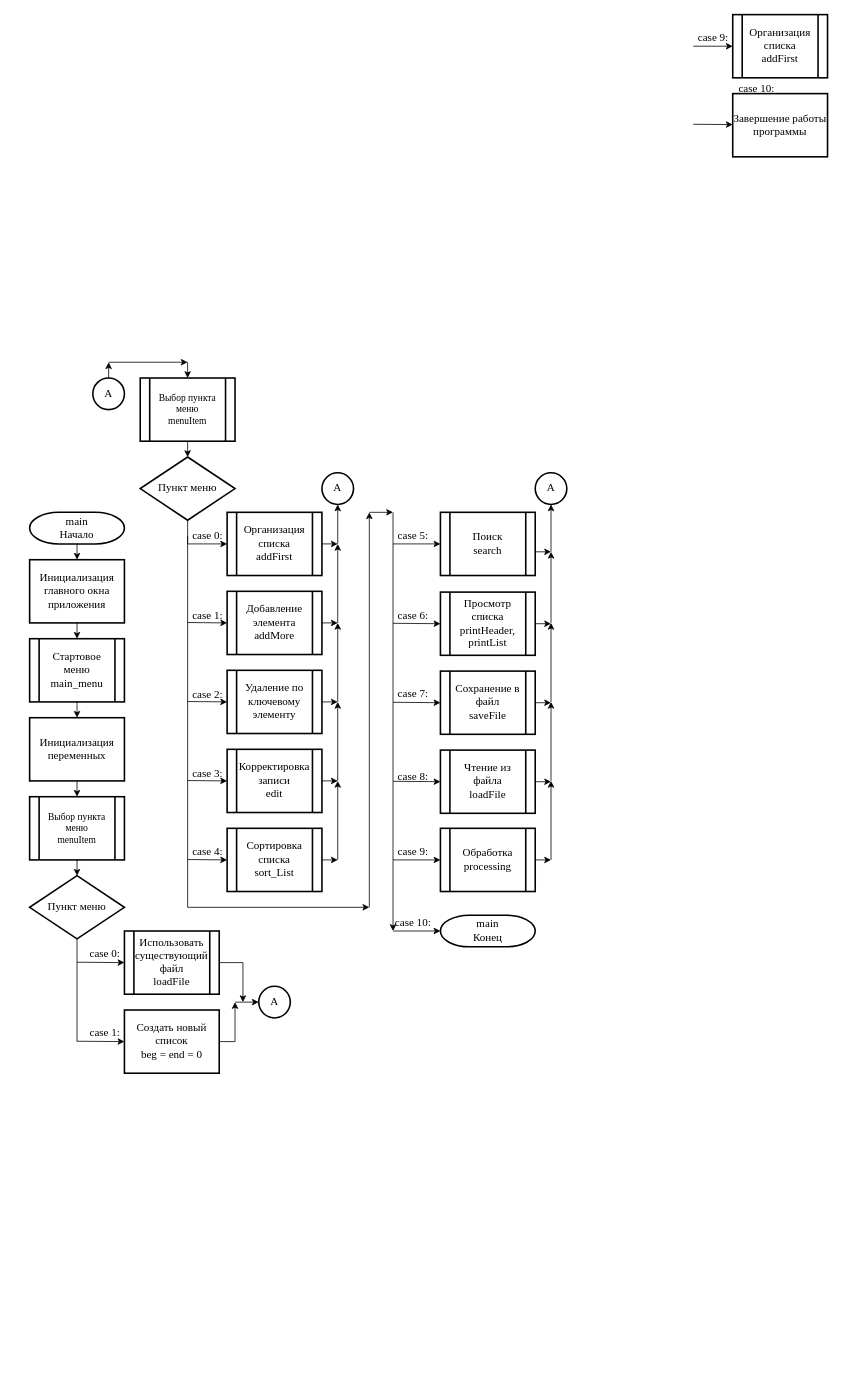
Before: page "main" (1 of 12) of Структурные схемы для КП.drawio in noidoRG/my-draw.io, a draw.io diagram. Source tidied: cells renumbered, new cells numbered last; positions are measured from the earlier drawing's top-left corner, leaving out a move shared by most shapes. Both pictures are drawn from the tidied source at 79%, with x=0, y=0 at pixel (29, 14).
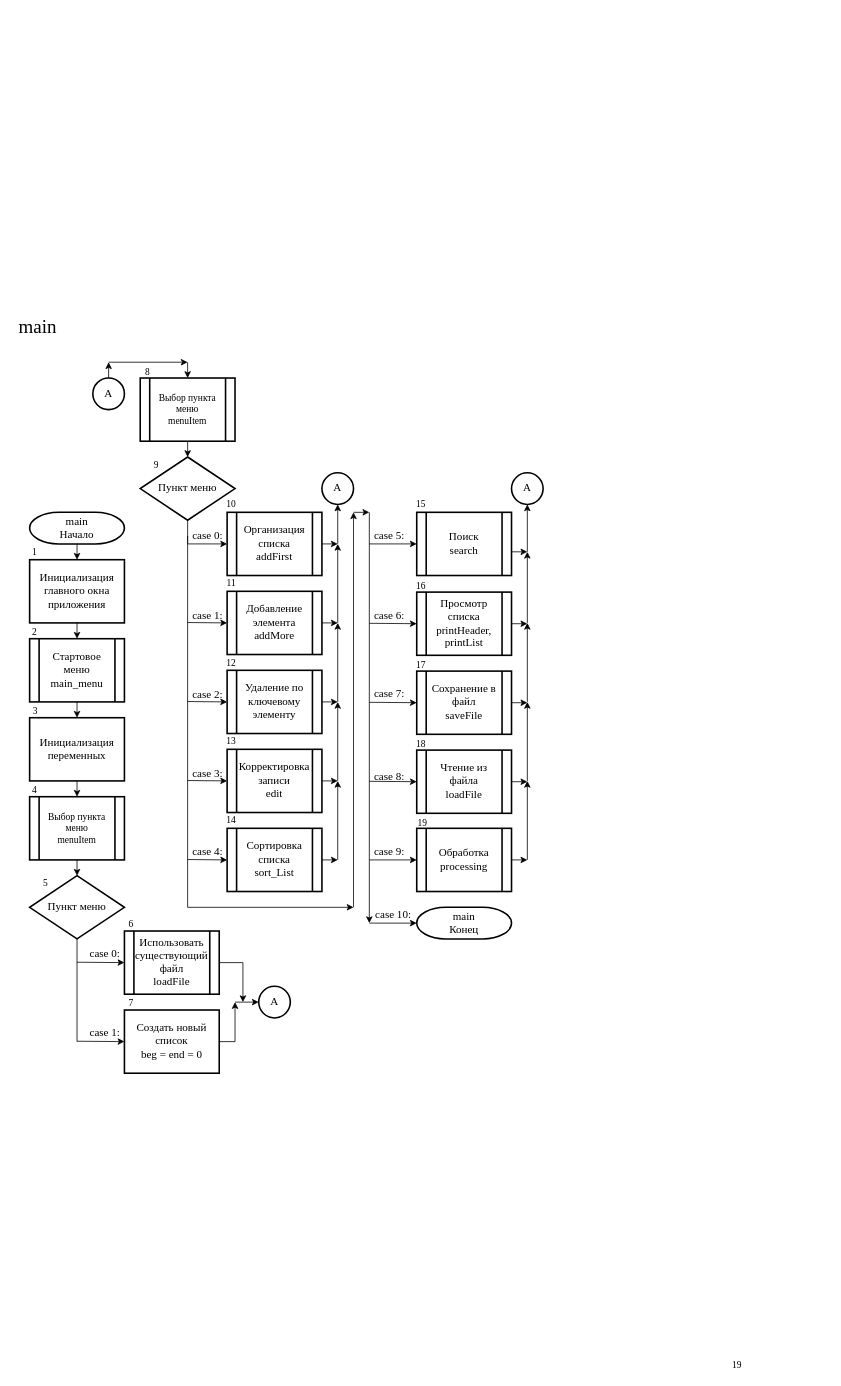
Above is the later version.

What changed in the source:
```diff
@@
     <mxCell id="43" style="endArrow=classic;html=1;rounded=0;fontFamily=Times New Roman;fontSize=14;" parent="1" edge="1">
       <mxGeometry relative="1" as="geometry">
         <mxPoint x="200" y="1130" as="sourcePoint" />
-        <mxPoint x="430" y="1130" as="targetPoint" />
+        <mxPoint x="410" y="1130" as="targetPoint" />
       </mxGeometry>
     </mxCell>
     <mxCell id="44" style="endArrow=classic;html=1;rounded=0;fontFamily=Times New Roman;fontSize=14;" parent="1" edge="1">
       <mxGeometry relative="1" as="geometry">
-        <mxPoint x="430" y="1130" as="sourcePoint" />
-        <mxPoint x="430" y="630" as="targetPoint" />
+        <mxPoint x="410" y="1130" as="sourcePoint" />
+        <mxPoint x="410" y="630" as="targetPoint" />
       </mxGeometry>
     </mxCell>
     <mxCell id="45" style="endArrow=classic;html=1;entryX=0;entryY=0.5;entryDx=0;entryDy=0;rounded=0;fontFamily=Times New Roman;fontSize=14;" parent="1" edge="1" target="46">
       <mxGeometry relative="1" as="geometry">
-        <mxPoint x="460" y="770.5" as="sourcePoint" />
+        <mxPoint x="430" y="770.5" as="sourcePoint" />
       </mxGeometry>
     </mxCell>
     <mxCell id="46" value="Просмотр списка&lt;br&gt;printHeader, printList" style="shape=process;whiteSpace=wrap;html=1;backgroundOutline=1;strokeWidth=2;fontFamily=Times New Roman;fontSize=14;" parent="1" vertex="1">
-      <mxGeometry x="520" y="731" width="120" height="80" as="geometry" />
+      <mxGeometry x="490" y="731" width="120" height="80" as="geometry" />
     </mxCell>
     <mxCell id="47" style="endArrow=classic;html=1;entryX=0;entryY=0.5;entryDx=0;entryDy=0;rounded=0;fontFamily=Times New Roman;fontSize=14;" parent="1" edge="1" target="48">
       <mxGeometry relative="1" as="geometry">
-        <mxPoint x="460" y="870.5" as="sourcePoint" />
+        <mxPoint x="430" y="870.5" as="sourcePoint" />
       </mxGeometry>
     </mxCell>
     <mxCell id="48" value="Cохранение в файл&lt;br&gt;saveFile" style="shape=process;whiteSpace=wrap;html=1;backgroundOutline=1;strokeWidth=2;fontFamily=Times New Roman;fontSize=14;" parent="1" vertex="1">
-      <mxGeometry x="520" y="831" width="120" height="80" as="geometry" />
+      <mxGeometry x="490" y="831" width="120" height="80" as="geometry" />
     </mxCell>
     <mxCell id="49" style="endArrow=classic;html=1;entryX=0;entryY=0.5;entryDx=0;entryDy=0;rounded=0;fontFamily=Times New Roman;fontSize=14;" parent="1" edge="1" target="50">
       <mxGeometry relative="1" as="geometry">
-        <mxPoint x="460" y="970.5" as="sourcePoint" />
+        <mxPoint x="430" y="970.5" as="sourcePoint" />
       </mxGeometry>
     </mxCell>
     <mxCell id="50" value="Чтение из файла&lt;br&gt;loadFile" style="shape=process;whiteSpace=wrap;html=1;backgroundOutline=1;strokeWidth=2;fontFamily=Times New Roman;fontSize=14;" parent="1" vertex="1">
-      <mxGeometry x="520" y="931" width="120" height="80" as="geometry" />
+      <mxGeometry x="490" y="931" width="120" height="80" as="geometry" />
     </mxCell>
     <mxCell id="51" value="case 6:" style="text;html=1;align=center;verticalAlign=middle;strokeColor=none;fillColor=none;fontSize=14;fontFamily=Times New Roman;" parent="1" vertex="1">
-      <mxGeometry x="460" y="751" width="50" height="20" as="geometry" />
+      <mxGeometry x="430" y="751" width="50" height="20" as="geometry" />
     </mxCell>
     <mxCell id="52" value="case 8:" style="text;html=1;align=center;verticalAlign=middle;strokeColor=none;fillColor=none;fontSize=14;fontFamily=Times New Roman;" parent="1" vertex="1">
-      <mxGeometry x="460" y="955" width="50" height="20" as="geometry" />
+      <mxGeometry x="430" y="955" width="50" height="20" as="geometry" />
     </mxCell>
     <mxCell id="53" value="case 7:" style="text;html=1;align=center;verticalAlign=middle;strokeColor=none;fillColor=none;fontSize=14;fontFamily=Times New Roman;" parent="1" vertex="1">
-      <mxGeometry x="460" y="850" width="50" height="20" as="geometry" />
+      <mxGeometry x="430" y="850" width="50" height="20" as="geometry" />
     </mxCell>
-    <mxCell id="54" style="endArrow=classic;html=1;rounded=0;fontFamily=Times New Roman;fontSize=14;" parent="1" edge="1">
-      <mxGeometry relative="1" as="geometry">
-        <mxPoint x="840" y="40" as="sourcePoint" />
-        <mxPoint x="890" y="40" as="targetPoint" />
-      </mxGeometry>
-    </mxCell>
-    <mxCell id="55" value="Организация списка&lt;br&gt;addFirst" style="shape=process;whiteSpace=wrap;html=1;backgroundOutline=1;strokeWidth=2;fontFamily=Times New Roman;fontSize=14;" parent="1" vertex="1">
-      <mxGeometry x="890" width="120" height="80" as="geometry" />
-    </mxCell>
-    <mxCell id="56" style="endArrow=classic;html=1;rounded=0;fontFamily=Times New Roman;fontSize=14;" parent="1" edge="1">
-      <mxGeometry relative="1" as="geometry">
-        <mxPoint x="840" y="138.8" as="sourcePoint" />
-        <mxPoint x="890" y="139.2" as="targetPoint" />
-      </mxGeometry>
-    </mxCell>
-    <mxCell id="57" value="Завершение работы программы" style="rounded=0;whiteSpace=wrap;html=1;strokeWidth=2;fontFamily=Times New Roman;fontSize=14;" parent="1" vertex="1">
-      <mxGeometry x="890" y="100" width="120" height="80" as="geometry" />
-    </mxCell>
-    <mxCell id="58" value="case 9:" style="text;html=1;align=center;verticalAlign=middle;strokeColor=none;fillColor=none;fontSize=14;fontFamily=Times New Roman;" parent="1" vertex="1">
-      <mxGeometry x="840" y="20" width="50" height="20" as="geometry" />
-    </mxCell>
-    <mxCell id="59" value="case 10:" style="text;html=1;align=center;verticalAlign=middle;strokeColor=none;fillColor=none;fontSize=14;fontFamily=Times New Roman;" parent="1" vertex="1">
-      <mxGeometry x="890" y="85" width="60" height="20" as="geometry" />
-    </mxCell>
     <mxCell id="60" style="endArrow=classic;html=1;entryX=0;entryY=0.5;entryDx=0;entryDy=0;rounded=0;fontFamily=Times New Roman;fontSize=14;" parent="1" edge="1" target="61">
       <mxGeometry relative="1" as="geometry">
-        <mxPoint x="460" y="670" as="sourcePoint" />
+        <mxPoint x="430" y="670" as="sourcePoint" />
       </mxGeometry>
     </mxCell>
     <mxCell id="61" value="Поиск&lt;br&gt;search" style="shape=process;whiteSpace=wrap;html=1;backgroundOutline=1;strokeWidth=2;fontFamily=Times New Roman;fontSize=14;" parent="1" vertex="1">
-      <mxGeometry x="520" y="630" width="120" height="80" as="geometry" />
+      <mxGeometry x="490" y="630" width="120" height="80" as="geometry" />
     </mxCell>
     <mxCell id="62" value="case 5:" style="text;html=1;align=center;verticalAlign=middle;strokeColor=none;fillColor=none;fontSize=14;fontFamily=Times New Roman;" parent="1" vertex="1">
-      <mxGeometry x="460" y="650" width="50" height="20" as="geometry" />
+      <mxGeometry x="430" y="650" width="50" height="20" as="geometry" />
     </mxCell>
     <mxCell id="63" style="endArrow=classic;html=1;rounded=0;fontFamily=Times New Roman;fontSize=14;entryX=0;entryY=0.5;entryDx=0;entryDy=0;" parent="1" edge="1" target="66">
       <mxGeometry relative="1" as="geometry">
-        <mxPoint x="460" y="1070" as="sourcePoint" />
+        <mxPoint x="430" y="1070" as="sourcePoint" />
       </mxGeometry>
     </mxCell>
     <mxCell id="64" style="endArrow=classic;html=1;rounded=0;fontFamily=Times New Roman;fontSize=14;" parent="1" edge="1">
       <mxGeometry relative="1" as="geometry">
-        <mxPoint x="430" y="630" as="sourcePoint" />
-        <mxPoint x="460" y="630" as="targetPoint" />
+        <mxPoint x="410" y="630" as="sourcePoint" />
+        <mxPoint x="430" y="630" as="targetPoint" />
       </mxGeometry>
     </mxCell>
     <mxCell id="65" style="endArrow=classic;html=1;rounded=0;fontFamily=Times New Roman;fontSize=14;" parent="1" edge="1">
       <mxGeometry relative="1" as="geometry">
-        <mxPoint x="460" y="630" as="sourcePoint" />
-        <mxPoint x="460" y="1160" as="targetPoint" />
+        <mxPoint x="430" y="630" as="sourcePoint" />
+        <mxPoint x="430" y="1150" as="targetPoint" />
       </mxGeometry>
     </mxCell>
     <mxCell id="66" value="Обработка&lt;br&gt;processing" style="shape=process;whiteSpace=wrap;html=1;backgroundOutline=1;strokeWidth=2;fontFamily=Times New Roman;fontSize=14;" parent="1" vertex="1">
-      <mxGeometry x="520" y="1030" width="120" height="80" as="geometry" />
+      <mxGeometry x="490" y="1030" width="120" height="80" as="geometry" />
     </mxCell>
     <mxCell id="67" style="endArrow=classic;html=1;rounded=0;fontFamily=Times New Roman;fontSize=14;entryX=0;entryY=0.5;entryDx=0;entryDy=0;" parent="1" edge="1">
       <mxGeometry relative="1" as="geometry">
-        <mxPoint x="460" y="1160" as="sourcePoint" />
-        <mxPoint x="520" y="1160" as="targetPoint" />
+        <mxPoint x="430" y="1150" as="sourcePoint" />
+        <mxPoint x="490" y="1150" as="targetPoint" />
       </mxGeometry>
     </mxCell>
     <mxCell id="68" value="case 9:" style="text;html=1;align=center;verticalAlign=middle;strokeColor=none;fillColor=none;fontSize=14;fontFamily=Times New Roman;" parent="1" vertex="1">
-      <mxGeometry x="460" y="1050" width="50" height="20" as="geometry" />
+      <mxGeometry x="430" y="1050" width="50" height="20" as="geometry" />
     </mxCell>
     <mxCell id="69" value="case 10:" style="text;html=1;align=center;verticalAlign=middle;strokeColor=none;fillColor=none;fontSize=14;fontFamily=Times New Roman;" parent="1" vertex="1">
-      <mxGeometry x="455" y="1140" width="60" height="20" as="geometry" />
+      <mxGeometry x="430" y="1130" width="60" height="20" as="geometry" />
     </mxCell>
@@
     <mxCell id="85" value="main&lt;br&gt;Конец" style="strokeWidth=2;html=1;shape=mxgraph.flowchart.terminator;whiteSpace=wrap;fontFamily=Times New Roman;fontSize=14;" parent="1" vertex="1">
-      <mxGeometry x="520" y="1140" width="120" height="40" as="geometry" />
+      <mxGeometry x="490" y="1130" width="120" height="40" as="geometry" />
     </mxCell>
     <mxCell id="86" style="endArrow=classic;html=1;rounded=0;fontFamily=Times New Roman;fontSize=14;" parent="1" edge="1" source="66">
       <mxGeometry relative="1" as="geometry">
-        <mxPoint x="660" y="1070" as="targetPoint" />
+        <mxPoint x="630" y="1070" as="targetPoint" />
       </mxGeometry>
     </mxCell>
     <mxCell id="87" style="endArrow=classic;html=1;rounded=0;fontFamily=Times New Roman;fontSize=14;" parent="1" edge="1" source="50">
       <mxGeometry relative="1" as="geometry">
-        <mxPoint x="660" y="971" as="targetPoint" />
+        <mxPoint x="630" y="971" as="targetPoint" />
       </mxGeometry>
     </mxCell>
     <mxCell id="88" style="endArrow=classic;html=1;rounded=0;fontFamily=Times New Roman;fontSize=14;" parent="1" edge="1" source="48">
       <mxGeometry relative="1" as="geometry">
-        <mxPoint x="660" y="871" as="targetPoint" />
+        <mxPoint x="630" y="871" as="targetPoint" />
       </mxGeometry>
     </mxCell>
     <mxCell id="89" style="endArrow=classic;html=1;rounded=0;fontFamily=Times New Roman;fontSize=14;" parent="1" edge="1">
       <mxGeometry relative="1" as="geometry">
-        <mxPoint x="640" y="771" as="sourcePoint" />
-        <mxPoint x="660" y="771" as="targetPoint" />
+        <mxPoint x="610" y="771" as="sourcePoint" />
+        <mxPoint x="630" y="771" as="targetPoint" />
       </mxGeometry>
     </mxCell>
     <mxCell id="90" style="endArrow=classic;html=1;rounded=0;fontFamily=Times New Roman;fontSize=14;" parent="1" edge="1">
       <mxGeometry relative="1" as="geometry">
-        <mxPoint x="640" y="680" as="sourcePoint" />
-        <mxPoint x="660" y="680" as="targetPoint" />
+        <mxPoint x="610" y="680" as="sourcePoint" />
+        <mxPoint x="630" y="680" as="targetPoint" />
       </mxGeometry>
     </mxCell>
     <mxCell id="91" style="endArrow=classic;html=1;rounded=0;fontFamily=Times New Roman;fontSize=14;" parent="1" edge="1">
       <mxGeometry relative="1" as="geometry">
-        <mxPoint x="660" y="1070" as="sourcePoint" />
-        <mxPoint x="660" y="970" as="targetPoint" />
+        <mxPoint x="630" y="1070" as="sourcePoint" />
+        <mxPoint x="630" y="970" as="targetPoint" />
       </mxGeometry>
     </mxCell>
     <mxCell id="92" style="endArrow=classic;html=1;rounded=0;fontFamily=Times New Roman;fontSize=14;" parent="1" edge="1">
       <mxGeometry relative="1" as="geometry">
-        <mxPoint x="660" y="970" as="sourcePoint" />
-        <mxPoint x="660" y="870" as="targetPoint" />
+        <mxPoint x="630" y="970" as="sourcePoint" />
+        <mxPoint x="630" y="870" as="targetPoint" />
       </mxGeometry>
     </mxCell>
     <mxCell id="93" style="endArrow=classic;html=1;rounded=0;fontFamily=Times New Roman;fontSize=14;" parent="1" edge="1">
       <mxGeometry relative="1" as="geometry">
-        <mxPoint x="660" y="870" as="sourcePoint" />
-        <mxPoint x="660" y="770" as="targetPoint" />
+        <mxPoint x="630" y="870" as="sourcePoint" />
+        <mxPoint x="630" y="770" as="targetPoint" />
       </mxGeometry>
     </mxCell>
     <mxCell id="94" style="endArrow=classic;html=1;rounded=0;fontFamily=Times New Roman;fontSize=14;" parent="1" edge="1">
       <mxGeometry relative="1" as="geometry">
-        <mxPoint x="660" y="770" as="sourcePoint" />
-        <mxPoint x="660" y="680" as="targetPoint" />
+        <mxPoint x="630" y="770" as="sourcePoint" />
+        <mxPoint x="630" y="680" as="targetPoint" />
       </mxGeometry>
     </mxCell>
     <mxCell id="95" style="endArrow=classic;html=1;rounded=0;fontFamily=Times New Roman;fontSize=14;" parent="1" edge="1">
       <mxGeometry relative="1" as="geometry">
-        <mxPoint x="660" y="680" as="sourcePoint" />
-        <mxPoint x="660" y="620" as="targetPoint" />
+        <mxPoint x="630" y="680" as="sourcePoint" />
+        <mxPoint x="630" y="620" as="targetPoint" />
       </mxGeometry>
     </mxCell>
     <mxCell id="96" value="А" style="ellipse;whiteSpace=wrap;html=1;strokeWidth=2;fontFamily=Times New Roman;fontSize=14;" parent="1" vertex="1">
-      <mxGeometry x="640" y="580" width="40" height="40" as="geometry" />
+      <mxGeometry x="610" y="580" width="40" height="40" as="geometry" />
     </mxCell>
@@
+    <mxCell id="100" value="&lt;font style=&quot;font-size: 24px&quot;&gt;main&lt;/font&gt;" style="text;html=1;align=center;verticalAlign=middle;strokeColor=none;fillColor=none;fontSize=14;fontFamily=Times New Roman;" parent="1" vertex="1">
+      <mxGeometry x="-20" y="380" width="60" height="30" as="geometry" />
+    </mxCell>
+    <mxCell id="101" value="1" style="text;html=1;align=center;verticalAlign=middle;strokeColor=none;fillColor=none;fontSize=12;fontFamily=Times New Roman;" parent="1" vertex="1">
+      <mxGeometry x="-4" y="671" width="20" height="20" as="geometry" />
+    </mxCell>
+    <mxCell id="102" value="2" style="text;html=1;align=center;verticalAlign=middle;strokeColor=none;fillColor=none;fontSize=12;fontFamily=Times New Roman;" parent="1" vertex="1">
+      <mxGeometry x="-4" y="772" width="20" height="20" as="geometry" />
+    </mxCell>
+    <mxCell id="103" value="3" style="text;html=1;align=center;verticalAlign=middle;strokeColor=none;fillColor=none;fontSize=12;fontFamily=Times New Roman;" parent="1" vertex="1">
+      <mxGeometry x="-3" y="872" width="20" height="20" as="geometry" />
+    </mxCell>
+    <mxCell id="104" value="4" style="text;html=1;align=center;verticalAlign=middle;strokeColor=none;fillColor=none;fontSize=12;fontFamily=Times New Roman;" parent="1" vertex="1">
+      <mxGeometry x="-4" y="972" width="20" height="20" as="geometry" />
+    </mxCell>
+    <mxCell id="105" value="5" style="text;html=1;align=center;verticalAlign=middle;strokeColor=none;fillColor=none;fontSize=12;fontFamily=Times New Roman;" parent="1" vertex="1">
+      <mxGeometry x="10" y="1090" width="20" height="20" as="geometry" />
+    </mxCell>
+    <mxCell id="106" value="6" style="text;html=1;align=center;verticalAlign=middle;strokeColor=none;fillColor=none;fontSize=12;fontFamily=Times New Roman;" parent="1" vertex="1">
+      <mxGeometry x="118" y="1141" width="20" height="20" as="geometry" />
+    </mxCell>
+    <mxCell id="107" value="7" style="text;html=1;align=center;verticalAlign=middle;strokeColor=none;fillColor=none;fontSize=12;fontFamily=Times New Roman;" parent="1" vertex="1">
+      <mxGeometry x="118" y="1242" width="20" height="20" as="geometry" />
+    </mxCell>
+    <mxCell id="108" value="8" style="text;html=1;align=center;verticalAlign=middle;strokeColor=none;fillColor=none;fontSize=12;fontFamily=Times New Roman;" parent="1" vertex="1">
+      <mxGeometry x="139" y="443" width="20" height="20" as="geometry" />
+    </mxCell>
+    <mxCell id="109" value="9" style="text;html=1;align=center;verticalAlign=middle;strokeColor=none;fillColor=none;fontSize=12;fontFamily=Times New Roman;" parent="1" vertex="1">
+      <mxGeometry x="150" y="560" width="20" height="20" as="geometry" />
+    </mxCell>
+    <mxCell id="110" value="10" style="text;html=1;align=center;verticalAlign=middle;strokeColor=none;fillColor=none;fontSize=12;fontFamily=Times New Roman;" parent="1" vertex="1">
+      <mxGeometry x="240" y="610" width="30" height="20" as="geometry" />
+    </mxCell>
+    <mxCell id="111" value="11" style="text;html=1;align=center;verticalAlign=middle;strokeColor=none;fillColor=none;fontSize=12;fontFamily=Times New Roman;" parent="1" vertex="1">
+      <mxGeometry x="240" y="710" width="30" height="20" as="geometry" />
+    </mxCell>
+    <mxCell id="112" value="12" style="text;html=1;align=center;verticalAlign=middle;strokeColor=none;fillColor=none;fontSize=12;fontFamily=Times New Roman;" parent="1" vertex="1">
+      <mxGeometry x="240" y="811" width="30" height="20" as="geometry" />
+    </mxCell>
+    <mxCell id="113" value="13" style="text;html=1;align=center;verticalAlign=middle;strokeColor=none;fillColor=none;fontSize=12;fontFamily=Times New Roman;" parent="1" vertex="1">
+      <mxGeometry x="240" y="910" width="30" height="20" as="geometry" />
+    </mxCell>
+    <mxCell id="114" value="14" style="text;html=1;align=center;verticalAlign=middle;strokeColor=none;fillColor=none;fontSize=12;fontFamily=Times New Roman;" parent="1" vertex="1">
+      <mxGeometry x="240" y="1010" width="30" height="20" as="geometry" />
+    </mxCell>
+    <mxCell id="115" value="15" style="text;html=1;align=center;verticalAlign=middle;strokeColor=none;fillColor=none;fontSize=12;fontFamily=Times New Roman;" parent="1" vertex="1">
+      <mxGeometry x="480" y="610" width="30" height="20" as="geometry" />
+    </mxCell>
+    <mxCell id="116" value="16" style="text;html=1;align=center;verticalAlign=middle;strokeColor=none;fillColor=none;fontSize=12;fontFamily=Times New Roman;" parent="1" vertex="1">
+      <mxGeometry x="480" y="713" width="30" height="20" as="geometry" />
+    </mxCell>
+    <mxCell id="117" value="17" style="text;html=1;align=center;verticalAlign=middle;strokeColor=none;fillColor=none;fontSize=12;fontFamily=Times New Roman;" parent="1" vertex="1">
+      <mxGeometry x="480" y="813" width="30" height="20" as="geometry" />
+    </mxCell>
+    <mxCell id="118" value="18" style="text;html=1;align=center;verticalAlign=middle;strokeColor=none;fillColor=none;fontSize=12;fontFamily=Times New Roman;" parent="1" vertex="1">
+      <mxGeometry x="480" y="913" width="30" height="20" as="geometry" />
+    </mxCell>
+    <mxCell id="119" value="19" style="text;html=1;align=center;verticalAlign=middle;strokeColor=none;fillColor=none;fontSize=12;fontFamily=Times New Roman;" parent="1" vertex="1">
+      <mxGeometry x="880" y="1700" width="30" height="20" as="geometry" />
+    </mxCell>
+    <mxCell id="120" value="19" style="text;html=1;align=center;verticalAlign=middle;strokeColor=none;fillColor=none;fontSize=12;fontFamily=Times New Roman;" parent="1" vertex="1">
+      <mxGeometry x="482" y="1013" width="30" height="20" as="geometry" />
+    </mxCell>
```
